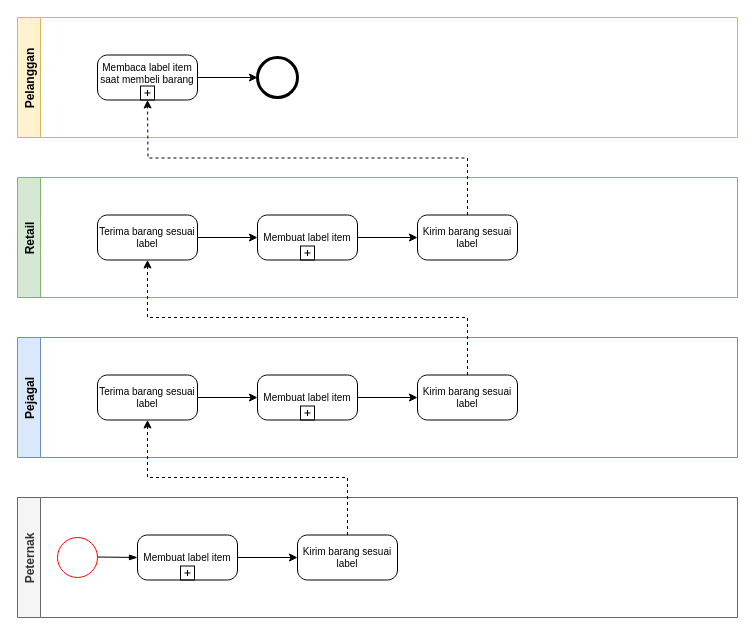
Before: BPMN_Ternak(No Produce).drawio in hanggaa/Diagram, a draw.io diagram. Source tidied: cells renumbered, new cells numbered last; positions are measured from the earlier drawing's top-left corner, leaving out a move shared by most shapes. Both pictures are drawn from the tidied source at 100%, with x=0, y=0 at pixel (17, 17).
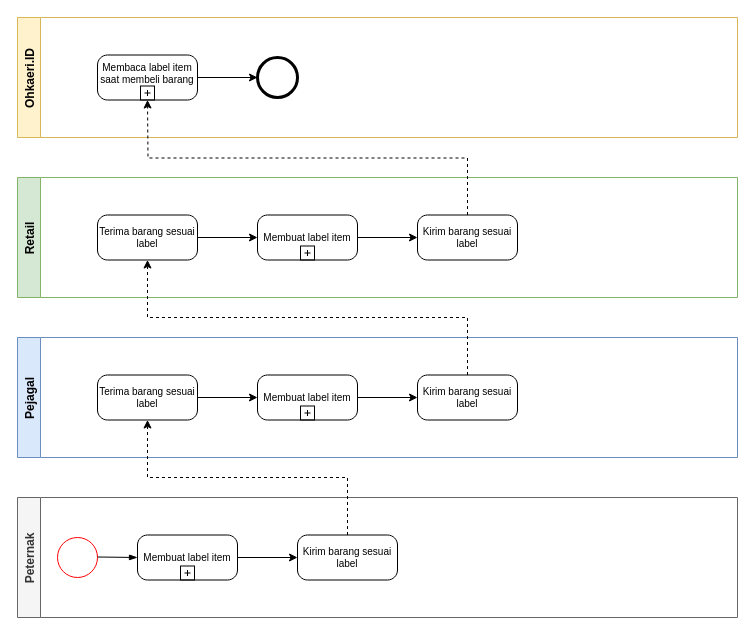
Above is the later version.

Change to the diagram source:
```diff
@@
-    <mxCell id="14" value="Pelanggan" style="swimlane;horizontal=0;startSize=23;fillColor=#fff2cc;strokeColor=#d6b656;" parent="1" vertex="1">
+    <mxCell id="14" value="Ohkaeri.ID" style="swimlane;horizontal=0;startSize=23;fillColor=#fff2cc;strokeColor=#d6b656;" parent="1" vertex="1">
       <mxGeometry width="720" height="120" as="geometry" />
     </mxCell>
```
